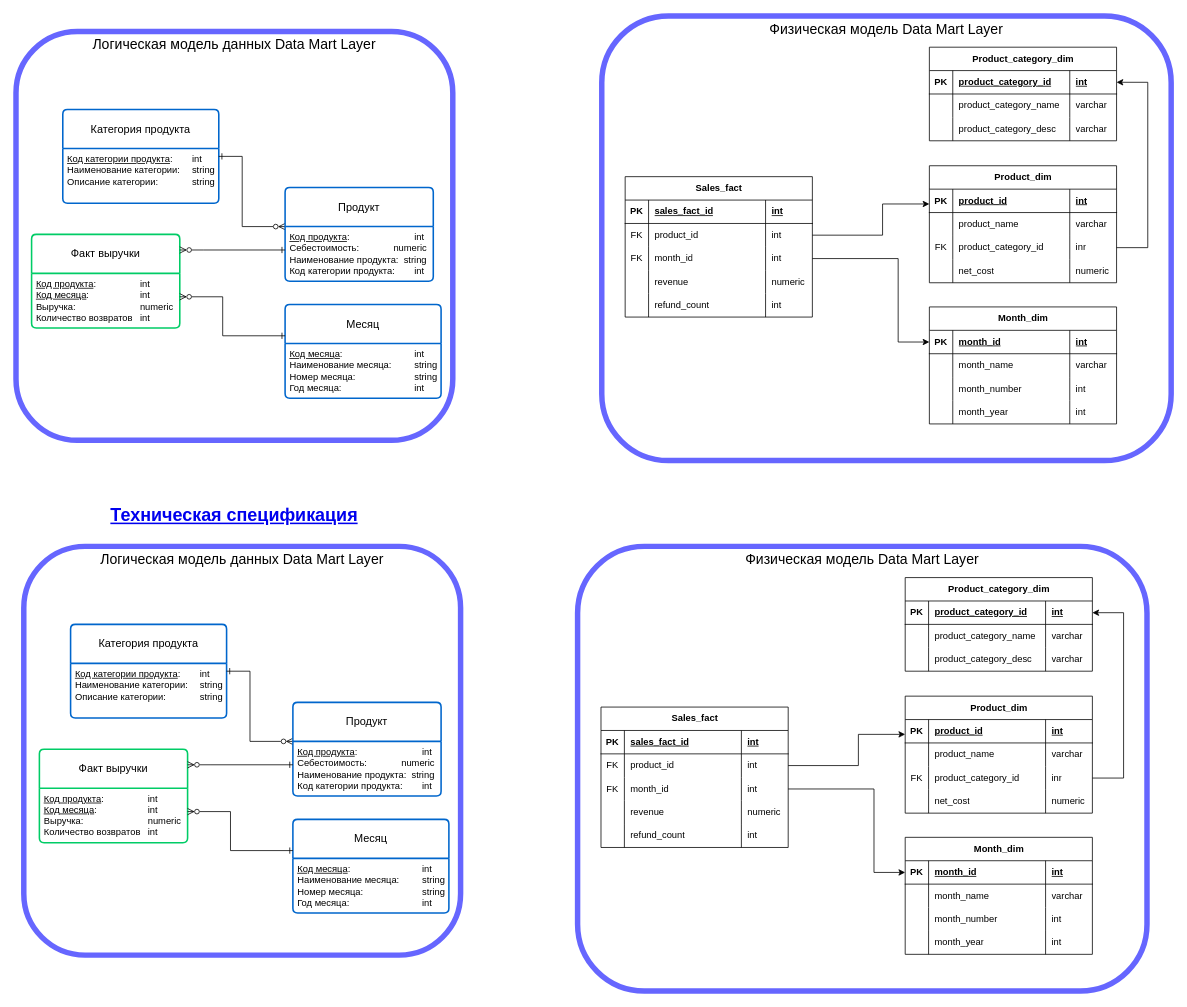
Earlier version of the draw.io diagram page "DML" (2 of 3) of PWH-18_diplom.drawio (nik-gorby/PWH-18). Source tidied: cells renumbered, new cells numbered last; positions are measured from the earlier drawing's top-left corner, leaving out a move shared by most shapes. Both pictures are drawn from the tidied source at 78%, with x=0, y=0 at pixel (16, 16).
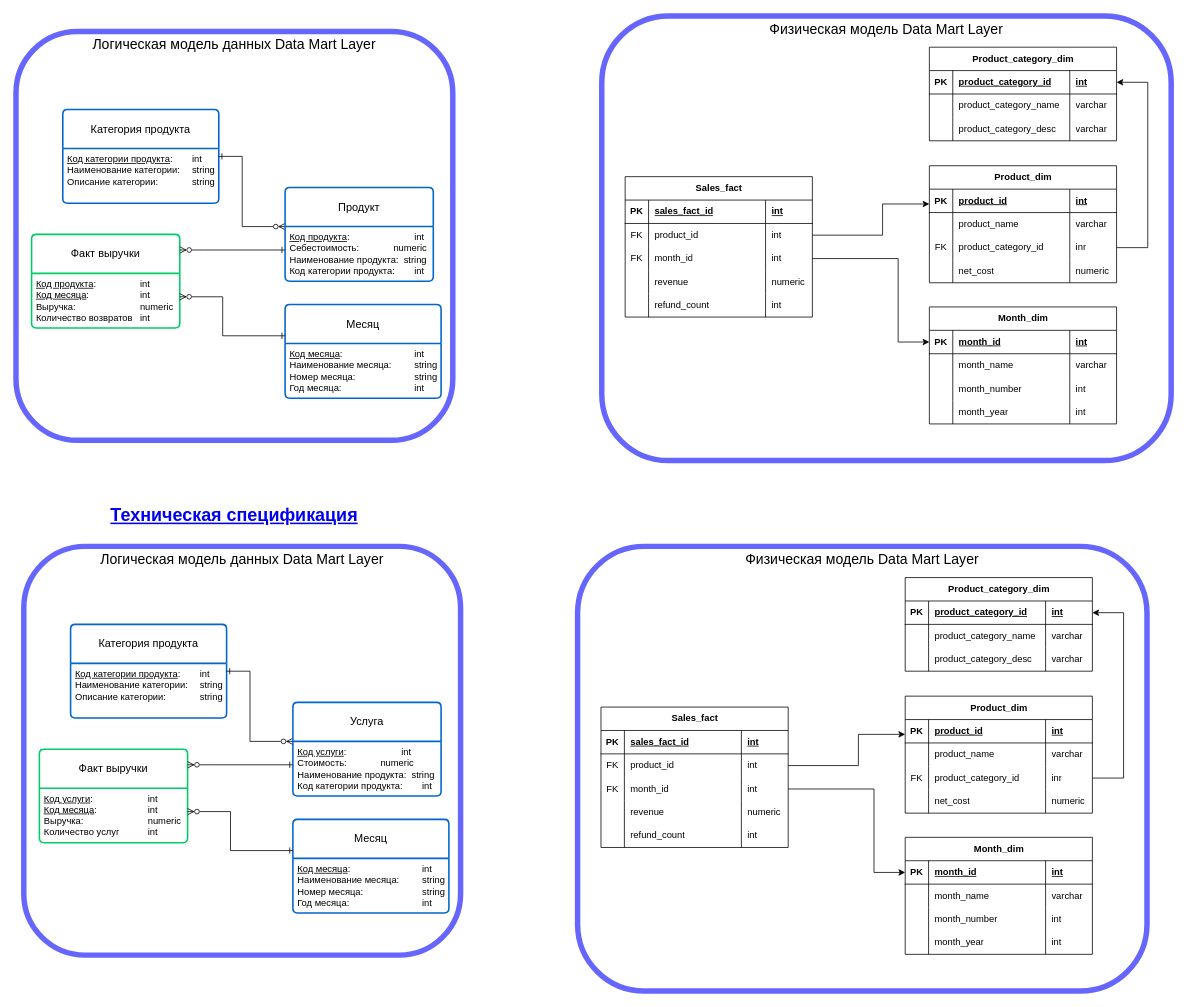
The same page after the edit.

Unchanged cells that the change refers to:
```xml
<mxCell id="90" value="Факт выручки" style="swimlane;horizontal=1;startSize=50;rounded=1;fontSize=14;fontStyle=0;strokeWidth=2;shadow=0;dashed=0;align=center;arcSize=4;whiteSpace=wrap;html=1;strokeColor=#00CC66;" parent="1" vertex="1">
  <mxGeometry x="30" y="940" width="190" height="120" as="geometry" />
</mxCell>
```

Diff of the diagram source:
```diff
@@
-    <mxCell id="91" value="&lt;u&gt;Код продукта&lt;/u&gt;:&lt;span style=&quot;white-space: pre;&quot;&gt;&#9;&lt;span style=&quot;white-space: pre;&quot;&gt;&#9;&lt;/span&gt;&lt;span style=&quot;white-space: pre;&quot;&gt;&#9;&lt;/span&gt;&lt;/span&gt;int&lt;div&gt;&lt;u&gt;Код месяца&lt;/u&gt;: &lt;span style=&quot;white-space: pre;&quot;&gt;&#9;&lt;/span&gt;&lt;span style=&quot;white-space: pre;&quot;&gt;&#9;&lt;/span&gt;&lt;span style=&quot;white-space: pre;&quot;&gt;&#9;&lt;/span&gt;int&lt;/div&gt;&lt;div&gt;Выручка: &lt;span style=&quot;white-space: pre;&quot;&gt;&#9;&lt;/span&gt;&lt;span style=&quot;white-space: pre;&quot;&gt;&#9;&lt;span style=&quot;white-space: pre;&quot;&gt;&#9;&lt;/span&gt;&lt;/span&gt;numeric&lt;/div&gt;&lt;div&gt;Количество&lt;span style=&quot;background-color: transparent; color: light-dark(rgb(0, 0, 0), rgb(255, 255, 255));&quot;&gt;&amp;nbsp;возвратов&amp;nbsp;&lt;span style=&quot;white-space: pre;&quot;&gt;&#9;&lt;/span&gt;int&lt;/span&gt;&lt;/div&gt;" style="align=left;strokeColor=none;fillColor=none;spacingLeft=4;spacingRight=4;fontSize=12;verticalAlign=top;html=1;whiteSpace=wrap;" parent="90" vertex="1">
+    <mxCell id="91" value="&lt;u&gt;Код услуги&lt;/u&gt;:&lt;span style=&quot;white-space: pre;&quot;&gt;&#9;&lt;span style=&quot;white-space: pre;&quot;&gt;&#9;&lt;/span&gt;&lt;span style=&quot;white-space: pre;&quot;&gt;&#9;&lt;/span&gt;&lt;/span&gt;int&lt;div&gt;&lt;u&gt;Код месяца&lt;/u&gt;: &lt;span style=&quot;white-space: pre;&quot;&gt;&#9;&lt;/span&gt;&lt;span style=&quot;white-space: pre;&quot;&gt;&#9;&lt;/span&gt;&lt;span style=&quot;white-space: pre;&quot;&gt;&#9;&lt;/span&gt;int&lt;/div&gt;&lt;div&gt;Выручка: &lt;span style=&quot;white-space: pre;&quot;&gt;&#9;&lt;/span&gt;&lt;span style=&quot;white-space: pre;&quot;&gt;&#9;&lt;span style=&quot;white-space: pre;&quot;&gt;&#9;&lt;/span&gt;&lt;/span&gt;numeric&lt;/div&gt;&lt;div&gt;Количество&lt;span style=&quot;background-color: transparent; color: light-dark(rgb(0, 0, 0), rgb(255, 255, 255));&quot;&gt;&amp;nbsp;услуг&lt;span style=&quot;white-space: pre;&quot;&gt;&#9;&lt;/span&gt;&amp;nbsp;&lt;span style=&quot;white-space: pre;&quot;&gt;&#9;&lt;/span&gt;int&lt;/span&gt;&lt;/div&gt;" style="align=left;strokeColor=none;fillColor=none;spacingLeft=4;spacingRight=4;fontSize=12;verticalAlign=top;html=1;whiteSpace=wrap;" parent="90" vertex="1">
       <mxGeometry y="50" width="190" height="70" as="geometry" />
     </mxCell>
@@
-    <mxCell id="98" value="Продукт" style="swimlane;horizontal=1;startSize=50;rounded=1;fontSize=14;fontStyle=0;strokeWidth=2;shadow=0;dashed=0;align=center;arcSize=4;whiteSpace=wrap;html=1;strokeColor=#0066CC;" parent="1" vertex="1">
+    <mxCell id="98" value="Услуга" style="swimlane;horizontal=1;startSize=50;rounded=1;fontSize=14;fontStyle=0;strokeWidth=2;shadow=0;dashed=0;align=center;arcSize=4;whiteSpace=wrap;html=1;strokeColor=#0066CC;" parent="1" vertex="1">
       <mxGeometry x="355" y="880" width="190" height="120" as="geometry" />
     </mxCell>
-    <mxCell id="99" value="&lt;div style=&quot;text-align: justify;&quot;&gt;&lt;u style=&quot;background-color: transparent; color: light-dark(rgb(0, 0, 0), rgb(255, 255, 255));&quot;&gt;Код продукта&lt;/u&gt;&lt;span style=&quot;background-color: transparent; color: light-dark(rgb(0, 0, 0), rgb(255, 255, 255));&quot;&gt;: &lt;span style=&quot;white-space: pre;&quot;&gt;&#9;&lt;/span&gt;&lt;span style=&quot;white-space: pre;&quot;&gt;&#9;&lt;span style=&quot;white-space: pre;&quot;&gt;&#9;&lt;/span&gt;&lt;/span&gt;int&lt;/span&gt;&lt;/div&gt;&lt;div style=&quot;text-align: justify;&quot;&gt;Себестоимость:&amp;nbsp;&lt;span style=&quot;white-space: pre;&quot;&gt;&#9;&lt;span style=&quot;white-space: pre;&quot;&gt;&#9;&lt;/span&gt;&lt;/span&gt;numeric&lt;/div&gt;&lt;div style=&quot;text-align: justify;&quot;&gt;&lt;span style=&quot;background-color: transparent; color: light-dark(rgb(0, 0, 0), rgb(255, 255, 255));&quot;&gt;Наименование продукта:&amp;nbsp; string&lt;/span&gt;&lt;/div&gt;&lt;div style=&quot;text-align: justify;&quot;&gt;&lt;span style=&quot;background-color: transparent; color: light-dark(rgb(0, 0, 0), rgb(255, 255, 255));&quot;&gt;Код категории продукта: &lt;span style=&quot;white-space: pre;&quot;&gt;&#9;&lt;/span&gt;int&lt;/span&gt;&lt;/div&gt;" style="align=left;strokeColor=none;fillColor=none;spacingLeft=4;spacingRight=4;fontSize=12;verticalAlign=top;html=1;whiteSpace=wrap;" parent="98" vertex="1">
+    <mxCell id="99" value="&lt;div style=&quot;text-align: justify;&quot;&gt;&lt;u style=&quot;background-color: transparent; color: light-dark(rgb(0, 0, 0), rgb(255, 255, 255));&quot;&gt;Код услуги&lt;/u&gt;&lt;span style=&quot;background-color: transparent; color: light-dark(rgb(0, 0, 0), rgb(255, 255, 255));&quot;&gt;: &lt;span style=&quot;white-space: pre;&quot;&gt;&#9;&lt;/span&gt;&lt;span style=&quot;white-space: pre;&quot;&gt;&#9;&lt;span style=&quot;white-space: pre;&quot;&gt;&#9;&lt;/span&gt;&lt;/span&gt;int&lt;/span&gt;&lt;/div&gt;&lt;div style=&quot;text-align: justify;&quot;&gt;Стоимость:&amp;nbsp;&lt;span style=&quot;white-space: pre;&quot;&gt;&#9;&lt;span style=&quot;white-space: pre;&quot;&gt;&#9;&lt;/span&gt;&lt;/span&gt;numeric&lt;/div&gt;&lt;div style=&quot;text-align: justify;&quot;&gt;&lt;span style=&quot;background-color: transparent; color: light-dark(rgb(0, 0, 0), rgb(255, 255, 255));&quot;&gt;Наименование продукта:&amp;nbsp; string&lt;/span&gt;&lt;/div&gt;&lt;div style=&quot;text-align: justify;&quot;&gt;&lt;span style=&quot;background-color: transparent; color: light-dark(rgb(0, 0, 0), rgb(255, 255, 255));&quot;&gt;Код категории продукта: &lt;span style=&quot;white-space: pre;&quot;&gt;&#9;&lt;/span&gt;int&lt;/span&gt;&lt;/div&gt;" style="align=left;strokeColor=none;fillColor=none;spacingLeft=4;spacingRight=4;fontSize=12;verticalAlign=top;html=1;whiteSpace=wrap;" parent="98" vertex="1">
       <mxGeometry y="50" width="190" height="70" as="geometry" />
     </mxCell>
```
